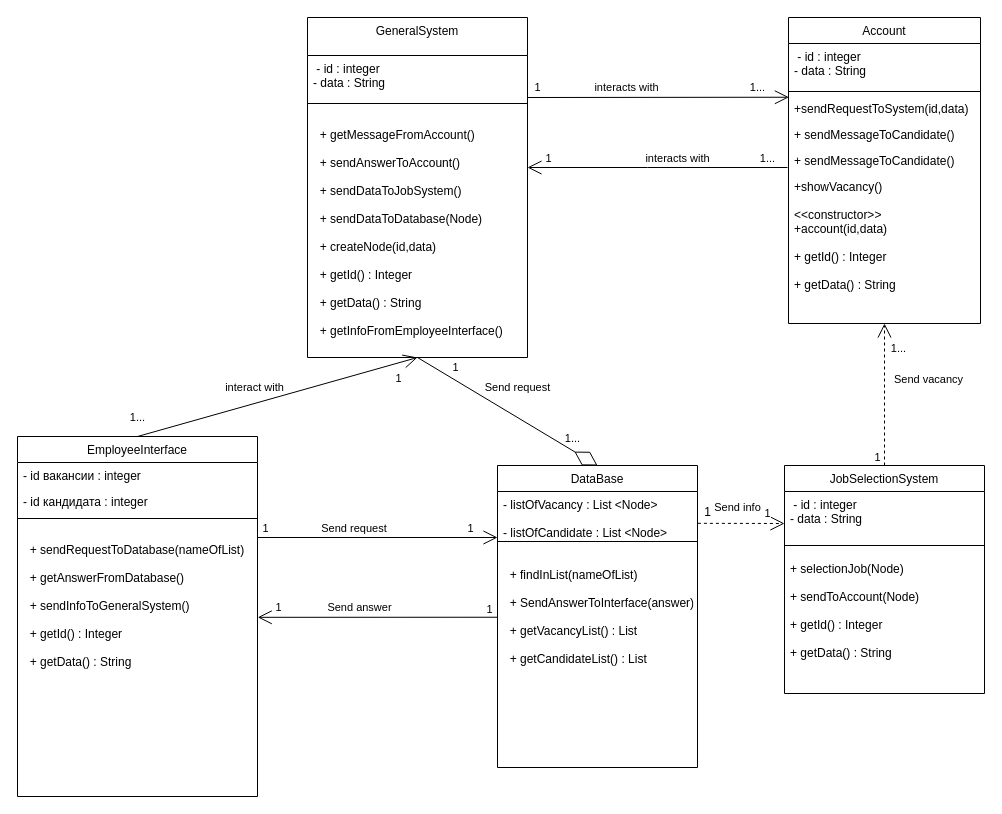
The draw.io diagram классов.drawio in Leewhocan/10_siaod, before the edit. Source tidied: cells renumbered, new cells numbered last; positions are measured from the earlier drawing's top-left corner, leaving out a move shared by most shapes. Both pictures are drawn from the tidied source at 100%, with x=0, y=0 at pixel (17, 17).
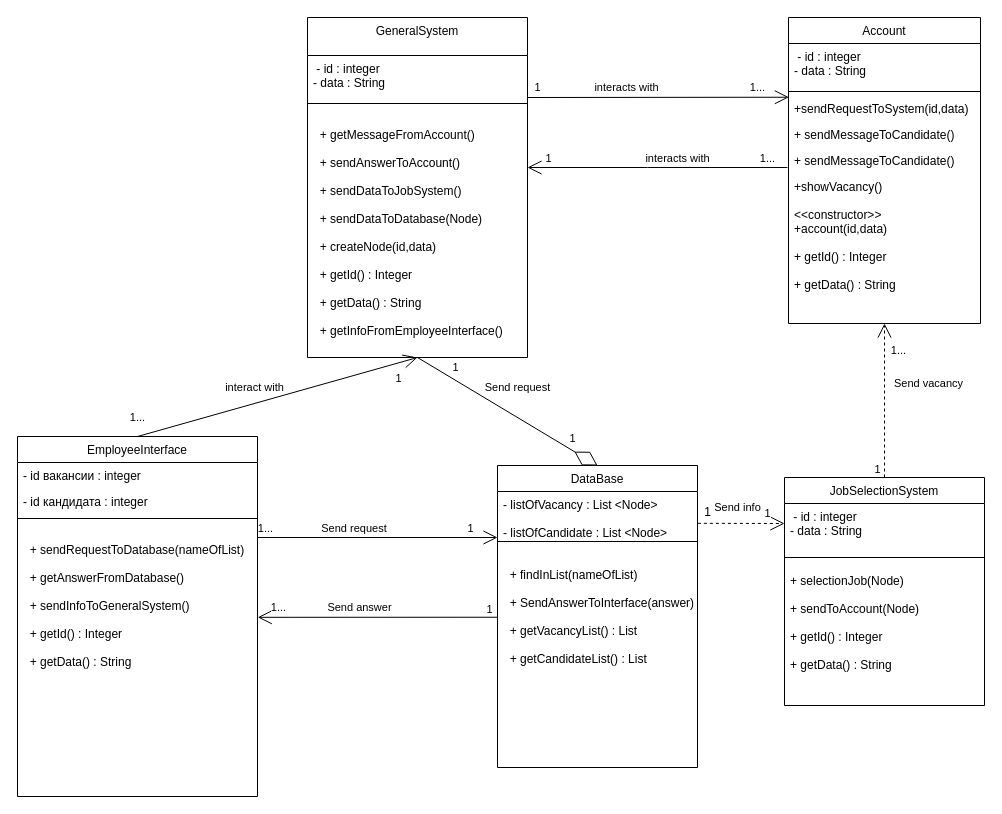
The same page after the edit.

Unchanged cells that the change refers to:
```xml
<mxCell id="32" style="endArrow=diamondThin;endFill=0;endSize=24;html=1;rounded=0;entryX=0.5;entryY=0;entryDx=0;entryDy=0;exitX=0.5;exitY=1;exitDx=0;exitDy=0;" parent="1" edge="1" source="22" target="7">
  <mxGeometry relative="1" as="geometry" />
</mxCell>
<mxCell id="49" style="endArrow=open;endFill=1;endSize=12;html=1;rounded=0;" parent="1" edge="1">
  <mxGeometry relative="1" as="geometry">
    <mxPoint x="240" y="520" as="sourcePoint" />
    <mxPoint x="480" y="520" as="targetPoint" />
  </mxGeometry>
</mxCell>
<mxCell id="53" style="endArrow=open;endFill=1;endSize=12;html=1;rounded=0;entryX=1.001;entryY=0.431;entryDx=0;entryDy=0;entryPerimeter=0;exitX=0;exitY=0.317;exitDx=0;exitDy=0;exitPerimeter=0;" parent="1" edge="1" source="10" target="6">
  <mxGeometry relative="1" as="geometry" />
</mxCell>
```

Change to the diagram source:
```diff
@@
     <mxCell id="18" value="JobSelectionSystem" style="swimlane;fontStyle=0;align=center;verticalAlign=top;horizontal=1;startSize=26;rounded=0;shadow=0;strokeWidth=1;" parent="1" vertex="1">
-      <mxGeometry x="767" y="448" width="200" height="228" as="geometry" />
+      <mxGeometry x="767" y="460" width="200" height="228" as="geometry" />
     </mxCell>
@@
-    <mxCell id="34" value="1..." style="edgeLabel;html=1;align=center;verticalAlign=middle;" parent="32" vertex="1">
+    <mxCell id="34" value="1" style="edgeLabel;html=1;align=center;verticalAlign=middle;" parent="32" vertex="1">
       <mxGeometry x="0.73" y="1" relative="1" as="geometry">
         <mxPoint x="-2" y="-12" as="offset" />
       </mxGeometry>
     </mxCell>
@@
-    <mxCell id="50" value="1" style="edgeLabel;html=1;align=center;verticalAlign=middle;" parent="49" vertex="1">
+    <mxCell id="50" value="1..." style="edgeLabel;html=1;align=center;verticalAlign=middle;" parent="49" vertex="1">
       <mxGeometry x="-0.78" y="1" relative="1" as="geometry">
         <mxPoint x="-19" y="-9" as="offset" />
       </mxGeometry>
     </mxCell>
@@
-    <mxCell id="55" value="1" style="edgeLabel;html=1;align=center;verticalAlign=middle;" parent="53" vertex="1">
+    <mxCell id="55" value="1..." style="edgeLabel;html=1;align=center;verticalAlign=middle;" parent="53" vertex="1">
       <mxGeometry x="0.74" relative="1" as="geometry">
         <mxPoint x="-11" y="-10" as="offset" />
       </mxGeometry>
     </mxCell>
```
